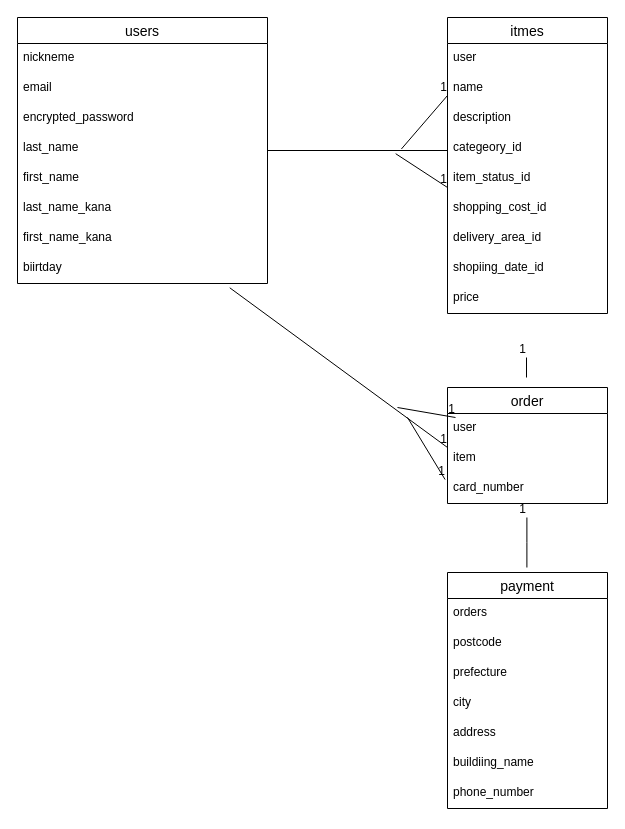
Before: read.dio in hi8908/furima-40292, a draw.io diagram. Source tidied: cells renumbered, new cells numbered last; positions are measured from the earlier drawing's top-left corner, leaving out a move shared by most shapes. Both pictures are drawn from the tidied source at 100%, with x=0, y=0 at pixel (17, 17).
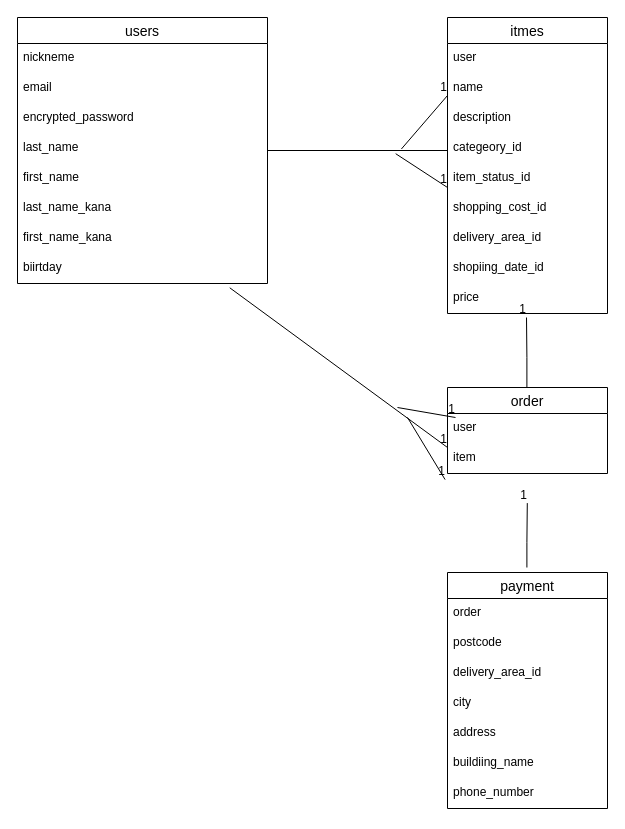
Above is the later version.

Commit message (it also covers changes not shown here):
データベース設計　修正１

指示があった場所を修正いたしました。

The change refers to these unchanged cells:
```xml
<mxCell id="25" value="payment" style="swimlane;fontStyle=0;horizontal=1;startSize=26;align=center;fontSize=14;" parent="1" vertex="1">
  <mxGeometry x="430" y="555" width="160" height="236" as="geometry" />
</mxCell>
```

What changed in the source:
```diff
@@
     <mxCell id="21" value="order" style="swimlane;fontStyle=0;horizontal=1;startSize=26;align=center;fontSize=14;" parent="1" vertex="1">
-      <mxGeometry x="430" y="370" width="160" height="116" as="geometry" />
+      <mxGeometry x="430" y="370" width="160" height="86" as="geometry" />
     </mxCell>
@@
-    <mxCell id="24" value="card_number" style="text;strokeColor=none;fillColor=none;spacingLeft=4;spacingRight=4;overflow=hidden;points=[[0,0.5],[1,0.5]];portConstraint=eastwest;fontSize=12;" parent="21" vertex="1">
-      <mxGeometry y="86" width="160" height="30" as="geometry" />
-    </mxCell>
@@
-    <mxCell id="26" value="orders&#10;" style="text;strokeColor=none;fillColor=none;spacingLeft=4;spacingRight=4;overflow=hidden;fontSize=12;" parent="25" vertex="1">
+    <mxCell id="26" value="order&#10;" style="text;strokeColor=none;fillColor=none;spacingLeft=4;spacingRight=4;overflow=hidden;fontSize=12;" parent="25" vertex="1">
       <mxGeometry y="26" width="160" height="30" as="geometry" />
     </mxCell>
@@
-    <mxCell id="28" value="prefecture" style="text;strokeColor=none;fillColor=none;spacingLeft=4;spacingRight=4;overflow=hidden;fontSize=12;" parent="25" vertex="1">
+    <mxCell id="28" value="delivery_area_id" style="text;strokeColor=none;fillColor=none;spacingLeft=4;spacingRight=4;overflow=hidden;fontSize=12;" parent="25" vertex="1">
       <mxGeometry y="86" width="160" height="30" as="geometry" />
     </mxCell>
@@
-    <mxCell id="40" style="endArrow=none;html=1;rounded=0;entryX=-0.015;entryY=0.202;entryDx=0;entryDy=0;entryPerimeter=0;" parent="1" edge="1" target="24">
+    <mxCell id="40" style="endArrow=none;html=1;rounded=0;entryX=-0.015;entryY=0.202;entryDx=0;entryDy=0;entryPerimeter=0;" parent="1" edge="1">
       <mxGeometry relative="1" as="geometry">
         <mxPoint x="390" y="400" as="sourcePoint" />
+        <mxPoint x="427.6" y="462.1" as="targetPoint" />
       </mxGeometry>
     </mxCell>
@@
-    <mxCell id="44" style="endArrow=none;html=1;rounded=0;" parent="1" edge="1">
-      <mxGeometry relative="1" as="geometry">
-        <mxPoint x="509" y="360" as="sourcePoint" />
-        <mxPoint x="509" y="340" as="targetPoint" />
-      </mxGeometry>
-    </mxCell>
-    <mxCell id="45" value="1" style="html=1;align=right;verticalAlign=bottom;" parent="44" vertex="1">
-      <mxGeometry x="1" relative="1" as="geometry" />
-    </mxCell>
-    <mxCell id="46" style="endArrow=none;html=1;rounded=0;" parent="1" edge="1">
+    <mxCell id="46" style="endArrow=none;html=1;rounded=0;entryX=0.499;entryY=0.986;entryDx=0;entryDy=0;entryPerimeter=0;" parent="1" edge="1">
       <mxGeometry relative="1" as="geometry">
         <mxPoint x="509.4" y="550" as="sourcePoint" />
-        <mxPoint x="509.4" y="500" as="targetPoint" />
+        <mxPoint x="509.8" y="485.6" as="targetPoint" />
         <Array as="points">
           <mxPoint x="509.4" y="525" />
         </Array>
       </mxGeometry>
     </mxCell>
@@
+    <mxCell id="48" style="endArrow=none;html=1;rounded=0;" parent="1" edge="1">
+      <mxGeometry relative="1" as="geometry">
+        <mxPoint x="509.4" y="370" as="sourcePoint" />
+        <mxPoint x="509" y="300" as="targetPoint" />
+        <Array as="points">
+          <mxPoint x="509.4" y="340" />
+        </Array>
+      </mxGeometry>
+    </mxCell>
+    <mxCell id="45" value="1" style="html=1;align=right;verticalAlign=bottom;" parent="48" vertex="1">
+      <mxGeometry x="1" relative="1" as="geometry" />
+    </mxCell>
```
